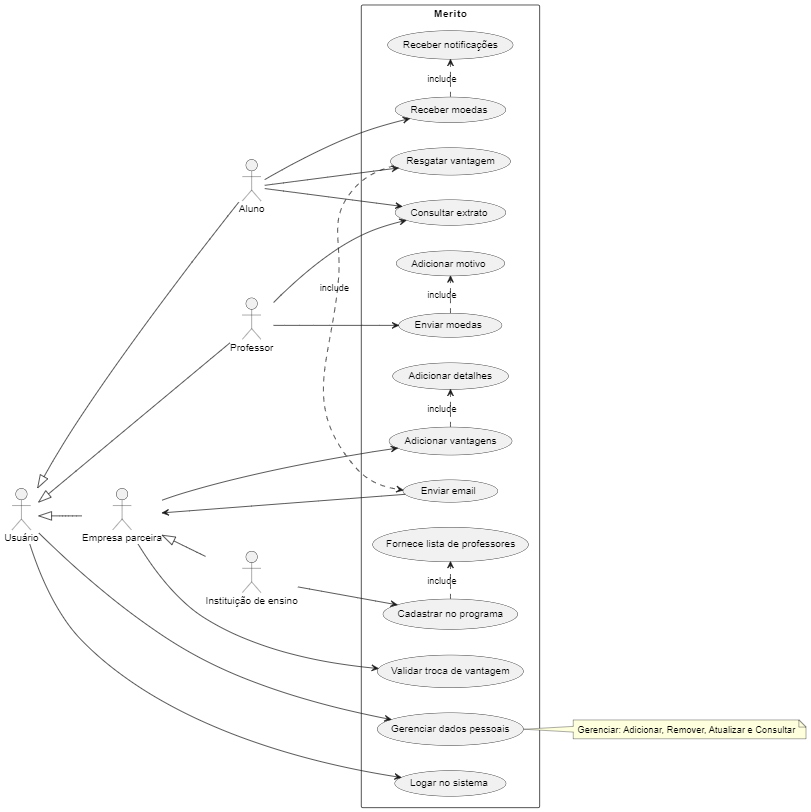
migueltico2/laboratorio-de-desenvolvimento-de-software keeps this PlantUML diagram as projeto 3/project/useCaseDiagram.png. Above is the earlier version. Its source is kept beside it as projeto 3/project/useCaseDiagram.plantuml.
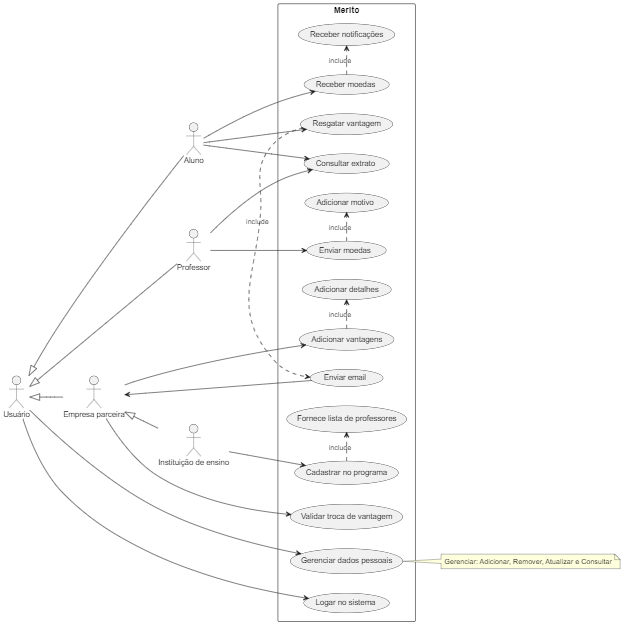
The same diagram one commit later.

Diff of the diagram source:
```diff
@@ -41,7 +41,7 @@
 A --> UC5
 
 EP --> UC3
-EP <-- UC14
+EP --> UC14
 EP --> UC17
 A --> UC2
 A --> UC11
```
